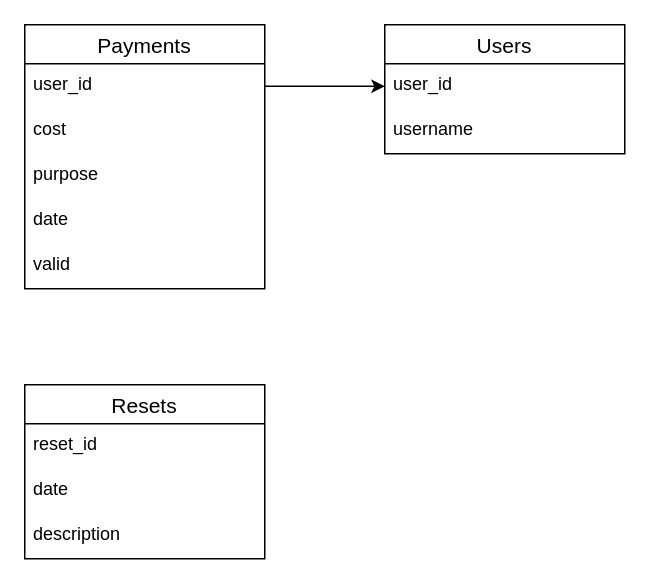
Above: spreadsheet scheme.drawio in azamatbayramov/PecunatorBot (draw.io), before the change. Source tidied: cells renumbered, new cells numbered last; positions are measured from the earlier drawing's top-left corner, leaving out a move shared by most shapes. Both pictures are drawn from the tidied source at 150%, with x=0, y=0 at pixel (24, 24).
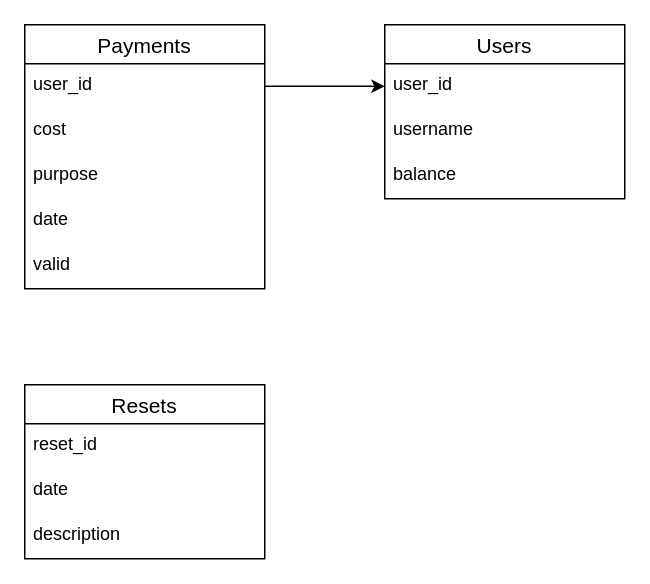
Above is the later version.

Commit message (it also covers changes not shown here):
Create functions for spreadsheet setup

Change to the diagram source:
```diff
@@
 <mxGraphModel>
   <root>
     <mxCell id="0" />
     <mxCell id="1" parent="0" />
     <mxCell id="2" value="Payments" style="swimlane;fontStyle=0;horizontal=1;startSize=26;align=center;fontSize=14;" parent="1" vertex="1">
       <mxGeometry width="160" height="176" as="geometry" />
     </mxCell>
     <mxCell id="3" value="user_id" style="text;strokeColor=none;fillColor=none;spacingLeft=4;spacingRight=4;overflow=hidden;points=[[0,0.5],[1,0.5]];portConstraint=eastwest;fontSize=12;" parent="2" vertex="1">
       <mxGeometry y="26" width="160" height="30" as="geometry" />
     </mxCell>
     <mxCell id="4" value="cost" style="text;strokeColor=none;fillColor=none;spacingLeft=4;spacingRight=4;overflow=hidden;fontSize=12;" parent="2" vertex="1">
       <mxGeometry y="56" width="160" height="30" as="geometry" />
     </mxCell>
     <mxCell id="5" value="purpose" style="text;strokeColor=none;fillColor=none;spacingLeft=4;spacingRight=4;overflow=hidden;fontSize=12;" parent="2" vertex="1">
       <mxGeometry y="86" width="160" height="30" as="geometry" />
     </mxCell>
     <mxCell id="6" value="date" style="text;strokeColor=none;fillColor=none;spacingLeft=4;spacingRight=4;overflow=hidden;fontSize=12;" parent="2" vertex="1">
       <mxGeometry y="116" width="160" height="30" as="geometry" />
     </mxCell>
     <mxCell id="7" value="valid" style="text;strokeColor=none;fillColor=none;spacingLeft=4;spacingRight=4;overflow=hidden;fontSize=12;" parent="2" vertex="1">
       <mxGeometry y="146" width="160" height="30" as="geometry" />
     </mxCell>
     <mxCell id="8" value="Users" style="swimlane;fontStyle=0;horizontal=1;startSize=26;align=center;fontSize=14;" parent="1" vertex="1">
-      <mxGeometry x="240" width="160" height="86" as="geometry" />
+      <mxGeometry x="240" width="160" height="116" as="geometry" />
     </mxCell>
     <mxCell id="9" value="user_id" style="text;strokeColor=none;fillColor=none;spacingLeft=4;spacingRight=4;overflow=hidden;points=[[0,0.5],[1,0.5]];portConstraint=eastwest;fontSize=12;" parent="8" vertex="1">
       <mxGeometry y="26" width="160" height="30" as="geometry" />
     </mxCell>
     <mxCell id="10" value="username" style="text;strokeColor=none;fillColor=none;spacingLeft=4;spacingRight=4;overflow=hidden;fontSize=12;" parent="8" vertex="1">
       <mxGeometry y="56" width="160" height="30" as="geometry" />
     </mxCell>
+    <mxCell id="16" value="balance" style="text;strokeColor=none;fillColor=none;spacingLeft=4;spacingRight=4;overflow=hidden;fontSize=12;" parent="8" vertex="1">
+      <mxGeometry y="86" width="160" height="30" as="geometry" />
+    </mxCell>
     <mxCell id="11" value="Resets" style="swimlane;fontStyle=0;horizontal=1;startSize=26;align=center;fontSize=14;" parent="1" vertex="1">
       <mxGeometry y="240" width="160" height="116" as="geometry" />
     </mxCell>
     <mxCell id="12" value="reset_id" style="text;strokeColor=none;fillColor=none;spacingLeft=4;spacingRight=4;overflow=hidden;fontSize=12;" parent="11" vertex="1">
       <mxGeometry y="26" width="160" height="30" as="geometry" />
     </mxCell>
     <mxCell id="13" value="date" style="text;strokeColor=none;fillColor=none;spacingLeft=4;spacingRight=4;overflow=hidden;fontSize=12;" parent="11" vertex="1">
       <mxGeometry y="56" width="160" height="30" as="geometry" />
     </mxCell>
     <mxCell id="14" value="description" style="text;strokeColor=none;fillColor=none;spacingLeft=4;spacingRight=4;overflow=hidden;fontSize=12;" parent="11" vertex="1">
       <mxGeometry y="86" width="160" height="30" as="geometry" />
     </mxCell>
     <mxCell id="15" style="edgeStyle=orthogonalEdgeStyle;rounded=0;jettySize=auto;html=1;exitX=1;exitY=0.5;exitDx=0;exitDy=0;entryX=0;entryY=0.5;entryDx=0;entryDy=0;" parent="1" edge="1" source="3" target="9">
       <mxGeometry relative="1" as="geometry" />
     </mxCell>
   </root>
 </mxGraphModel>
```
